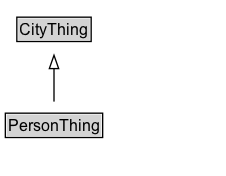
ISO-TC204/ontology-cdm-p2-v1 keeps this Graphviz diagram as docs/diagrams/PersonThing.dot.png. Above is the earlier version. Its source is kept beside it as docs/diagrams/PersonThing.dot.
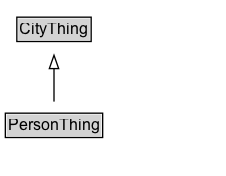
Later version of the same file.

The edit, as a diff of the source:
```diff
@@ -3,13 +3,16 @@
 	node [fontname=Arial fontsize=12 margin=0 shape=none]
 	edge [fontname=Arial fontsize=11]
 	{
+		rank=source
+		CityThing [label=<<TABLE BORDER="1" CELLBORDER="0" CELLSPACING="0" CELLPADDING="1"><TR><TD BGCOLOR="lightgray" ALIGN="CENTER">CityThing</TD></TR></TABLE>> URL="../CityThing" margin=0]
+	}
+	PersonThing [label=<<TABLE BORDER="1" CELLBORDER="0" CELLSPACING="0" CELLPADDING="1"><TR><TD BGCOLOR="lightgray" ALIGN="CENTER">PersonThing</TD></TR></TABLE>> URL="../PersonThing" margin=0]
+	{
 		rank=max
-		PersonThing [label=<<TABLE BORDER="1" CELLBORDER="0" CELLSPACING="0" CELLPADDING="1"><TR><TD BGCOLOR="lightgray" ALIGN="CENTER" PORT="e">PersonThing</TD></TR></TABLE>> URL="../PersonThing.md" margin=0]
 	}
 	subgraph cluster_associated {
 		label="" style=invis
 		Invis [label=<<TABLE BORDER="0" CELLBORDER="0" CELLSPACING="0" CELLPADDING="1"><TR><TD></TD></TR></TABLE>> margin=0 style=invis]
 	}
-	CityThing [label=<<TABLE BORDER="1" CELLBORDER="0" CELLSPACING="0" CELLPADDING="1"><TR><TD BGCOLOR="lightgray" ALIGN="CENTER">CityThing</TD></TR></TABLE>> URL="../CityThing.md" margin=0]
 	PersonThing -> CityThing [arrowhead=onormal style=solid]
 }
```
